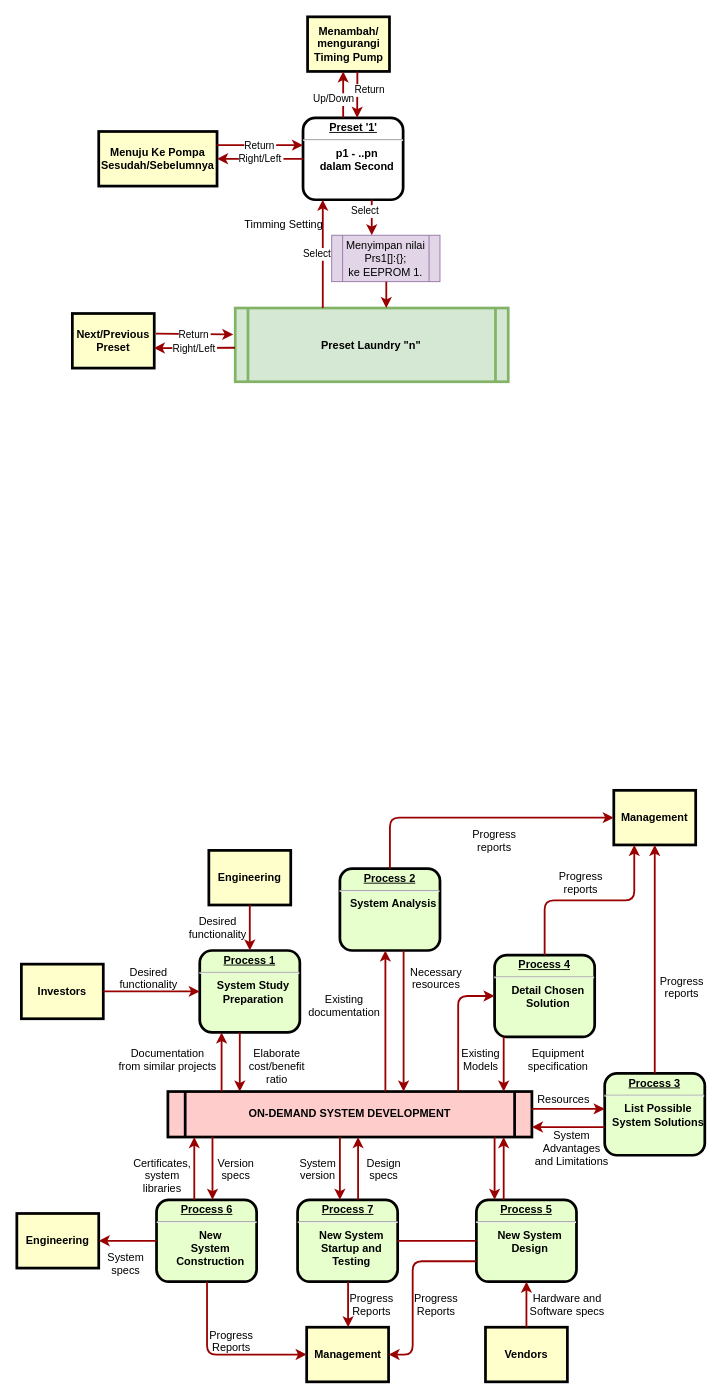
Above: Diagram Main Program.drawio in taoofeexs/SharingCode (draw.io), before the change. Source tidied: cells renumbered, new cells numbered last; positions are measured from the earlier drawing's top-left corner, leaving out a move shared by most shapes. Both pictures are drawn from the tidied source at 91%, with x=0, y=0 at pixel (16, 16).
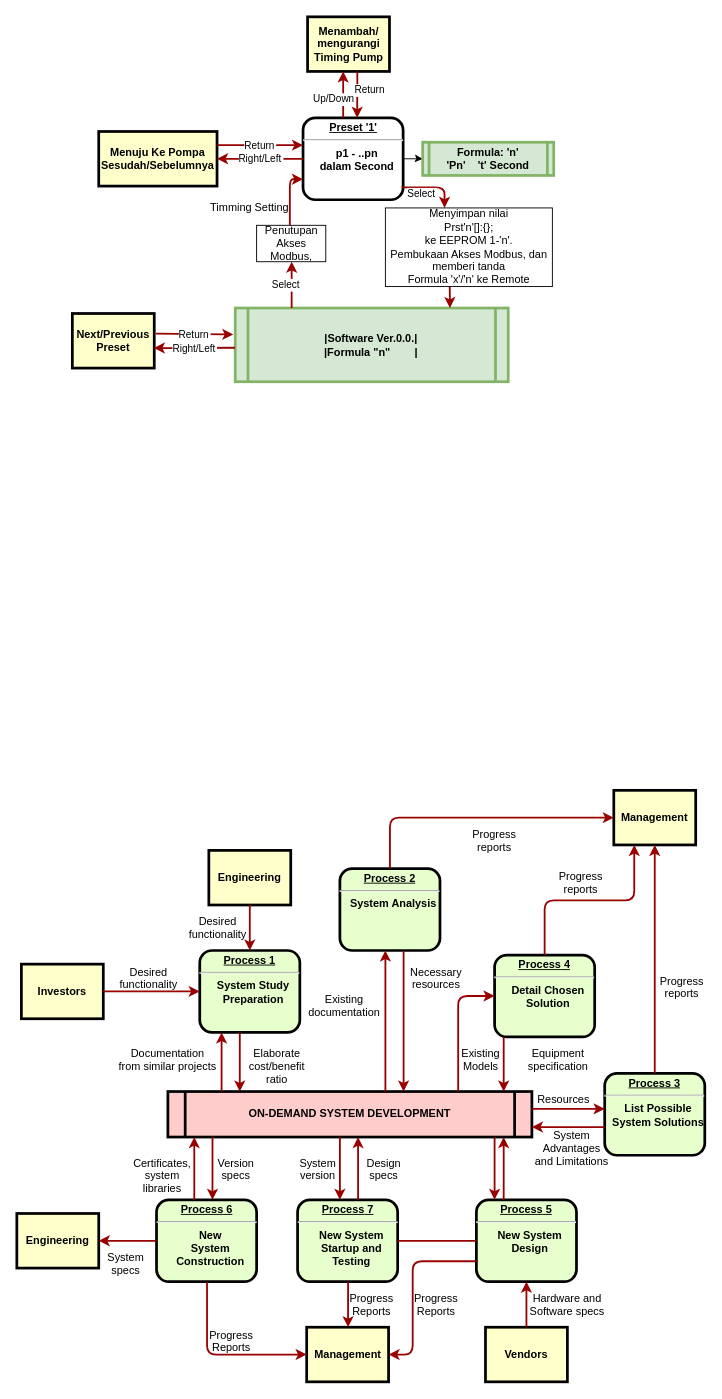
After the change.

Unchanged cells that the change refers to:
```xml
<mxCell id="2" value="&lt;p style=&quot;margin: 0px; margin-top: 4px; text-align: center; text-decoration: underline;&quot;&gt;&lt;strong&gt;Preset '1'&lt;br&gt;&lt;/strong&gt;&lt;/p&gt;&lt;hr&gt;&lt;p style=&quot;margin: 0px; margin-left: 8px;&quot;&gt;p1 - ..pn&lt;br&gt;dalam Second&lt;/p&gt;" style="verticalAlign=middle;align=center;overflow=fill;fontSize=12;fontFamily=Helvetica;html=1;rounded=1;fontStyle=1;strokeWidth=3;" parent="1" vertex="1">
  <mxGeometry x="314.5" y="111" width="110" height="90" as="geometry" />
</mxCell>
```

The edit, as a diff of the source:
```diff
@@
+    <mxCell id="79" style="edgeStyle=orthogonalEdgeStyle;rounded=0;jettySize=auto;html=1;" parent="1" edge="1" source="2" target="80">
+      <mxGeometry relative="1" as="geometry" />
+    </mxCell>
@@
-    <mxCell id="3" value="Preset Laundry &quot;n&quot;" style="shape=process;whiteSpace=wrap;align=center;verticalAlign=middle;size=0.0475;fontStyle=1;strokeWidth=3;fillColor=#d5e8d4;strokeColor=#82b366;" parent="1" vertex="1">
+    <mxCell id="3" value="|Software Ver.0.0.|&#10;|Formula &quot;n&quot;        |" style="shape=process;whiteSpace=wrap;align=center;verticalAlign=middle;size=0.0475;fontStyle=1;strokeWidth=3;fillColor=#d5e8d4;strokeColor=#82b366;" parent="1" vertex="1">
       <mxGeometry x="240" y="320" width="300" height="81" as="geometry" />
     </mxCell>
-    <mxCell id="4" value="Select" style="edgeStyle=elbowEdgeStyle;elbow=horizontal;strokeColor=#990000;strokeWidth=2;" parent="1" edge="1" target="2">
+    <mxCell id="4" value="Select" style="edgeStyle=elbowEdgeStyle;elbow=horizontal;strokeColor=#990000;strokeWidth=2;entryX=0.5;entryY=1;entryDx=0;entryDy=0;" parent="1" edge="1" source="3" target="81">
       <mxGeometry x="0.01" y="6" relative="1" as="geometry">
-        <mxPoint x="336.2" y="320" as="sourcePoint" />
         <Array as="points">
-          <mxPoint x="336.2" y="310" />
+          <mxPoint x="302" y="300" />
         </Array>
       </mxGeometry>
     </mxCell>
-    <mxCell id="5" value="Select" style="edgeStyle=elbowEdgeStyle;elbow=horizontal;strokeColor=#990000;strokeWidth=2;" parent="1" edge="1" source="2">
+    <mxCell id="5" value="Select" style="edgeStyle=elbowEdgeStyle;elbow=horizontal;strokeColor=#990000;strokeWidth=2;exitX=0.985;exitY=0.848;exitDx=0;exitDy=0;exitPerimeter=0;" parent="1" edge="1" source="2" target="82">
       <mxGeometry x="-0.37" y="-7" relative="1" as="geometry">
-        <mxPoint x="390" y="240" as="targetPoint" />
+        <Array as="points">
+          <mxPoint x="470" y="200" />
+        </Array>
       </mxGeometry>
     </mxCell>
     <mxCell id="6" value="Timming Setting" style="text;spacingTop=-5;align=center;" parent="1" vertex="1">
-      <mxGeometry x="278.5" y="220" width="30" height="20" as="geometry" />
+      <mxGeometry x="241" y="201" width="30" height="20" as="geometry" />
     </mxCell>
@@
-    <mxCell id="74" value="Menyimpan nilai&lt;br&gt;Prs1[]:{};&lt;br&gt;ke EEPROM 1." style="shape=process;whiteSpace=wrap;html=1;backgroundOutline=1;fillColor=#e1d5e7;strokeColor=#9673a6;" parent="1" vertex="1">
-      <mxGeometry x="346" y="240" width="119" height="51" as="geometry" />
-    </mxCell>
@@
-    <mxCell id="78" style="edgeStyle=elbowEdgeStyle;elbow=horizontal;strokeColor=#990000;strokeWidth=2;" parent="1" edge="1" source="74" target="3">
-      <mxGeometry x="-0.05" y="29" relative="1" as="geometry" />
+    <mxCell id="78" style="edgeStyle=elbowEdgeStyle;elbow=horizontal;strokeColor=#990000;strokeWidth=2;" parent="1" edge="1">
+      <mxGeometry x="-0.05" y="29" relative="1" as="geometry">
+        <mxPoint x="475.7" y="296.4" as="sourcePoint" />
+        <mxPoint x="475.5" y="320" as="targetPoint" />
+      </mxGeometry>
     </mxCell>
+    <mxCell id="80" value="Formula: 'n'&#10;'Pn'    't' Second" style="shape=process;whiteSpace=wrap;align=center;verticalAlign=middle;size=0.0475;fontStyle=1;strokeWidth=3;fillColor=#d5e8d4;strokeColor=#82b366;" parent="1" vertex="1">
+      <mxGeometry x="446" y="137.8" width="144" height="36.5" as="geometry" />
+    </mxCell>
+    <mxCell id="81" value="Penutupan Akses Modbus," style="rounded=0;whiteSpace=wrap;html=1;" parent="1" vertex="1">
+      <mxGeometry x="263.5" y="229.1" width="76" height="40" as="geometry" />
+    </mxCell>
+    <mxCell id="82" value="Menyimpan nilai&lt;br&gt;Prst'n'[]:{};&lt;br&gt;ke EEPROM 1-'n'.&lt;br&gt;Pembukaan Akses Modbus, dan memberi tanda&lt;br&gt;Formula 'x'/'n' ke Remote" style="rounded=0;whiteSpace=wrap;html=1;" parent="1" vertex="1">
+      <mxGeometry x="405" y="210" width="183.5" height="86.4" as="geometry" />
+    </mxCell>
+    <mxCell id="83" style="edgeStyle=elbowEdgeStyle;elbow=horizontal;strokeColor=#990000;strokeWidth=2;entryX=0;entryY=0.75;entryDx=0;entryDy=0;" parent="1" edge="1" source="81" target="2">
+      <mxGeometry x="0.01" y="6" relative="1" as="geometry">
+        <Array as="points">
+          <mxPoint x="300" y="210" />
+        </Array>
+      </mxGeometry>
+    </mxCell>
```
